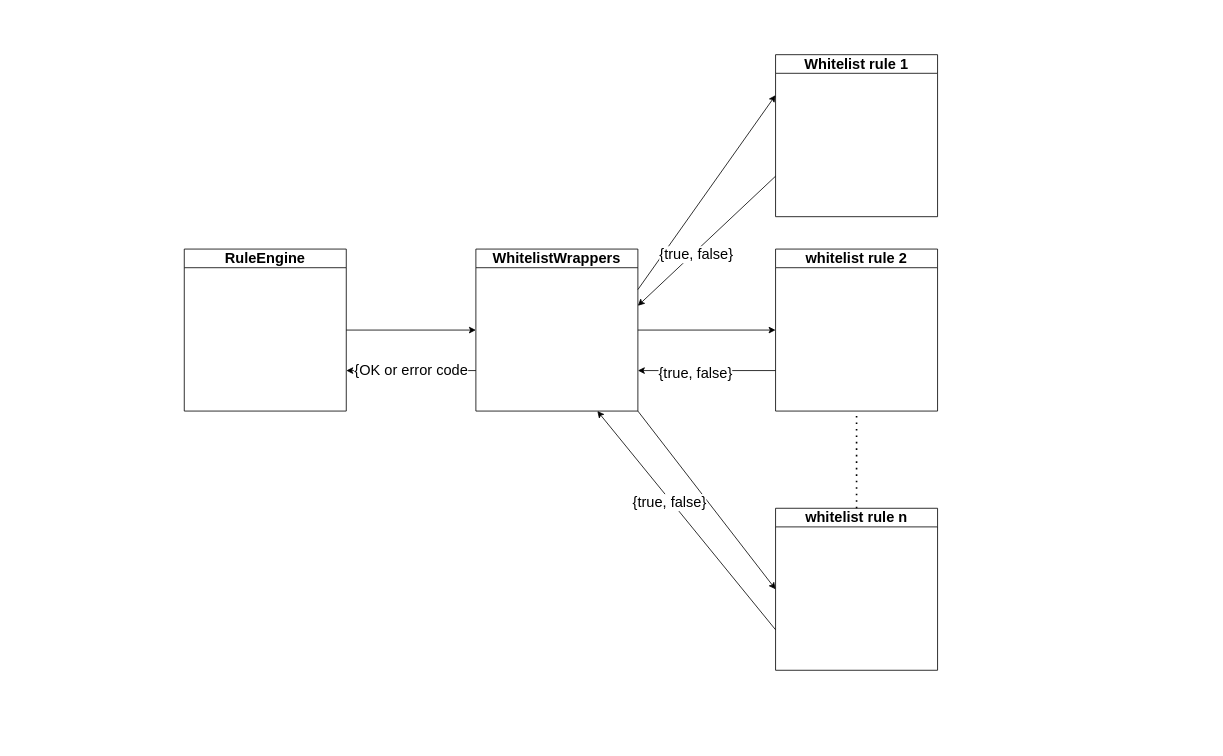
Before: doc/schema/rule/ruleWhitelistWrapper.drawio in CMTA/RuleEngine, a draw.io diagram. Source tidied: cells renumbered, new cells numbered last; positions are measured from the earlier drawing's top-left corner, leaving out a move shared by most shapes. Both pictures are drawn from the tidied source at 81%, with x=0, y=0 at pixel (184, 54).
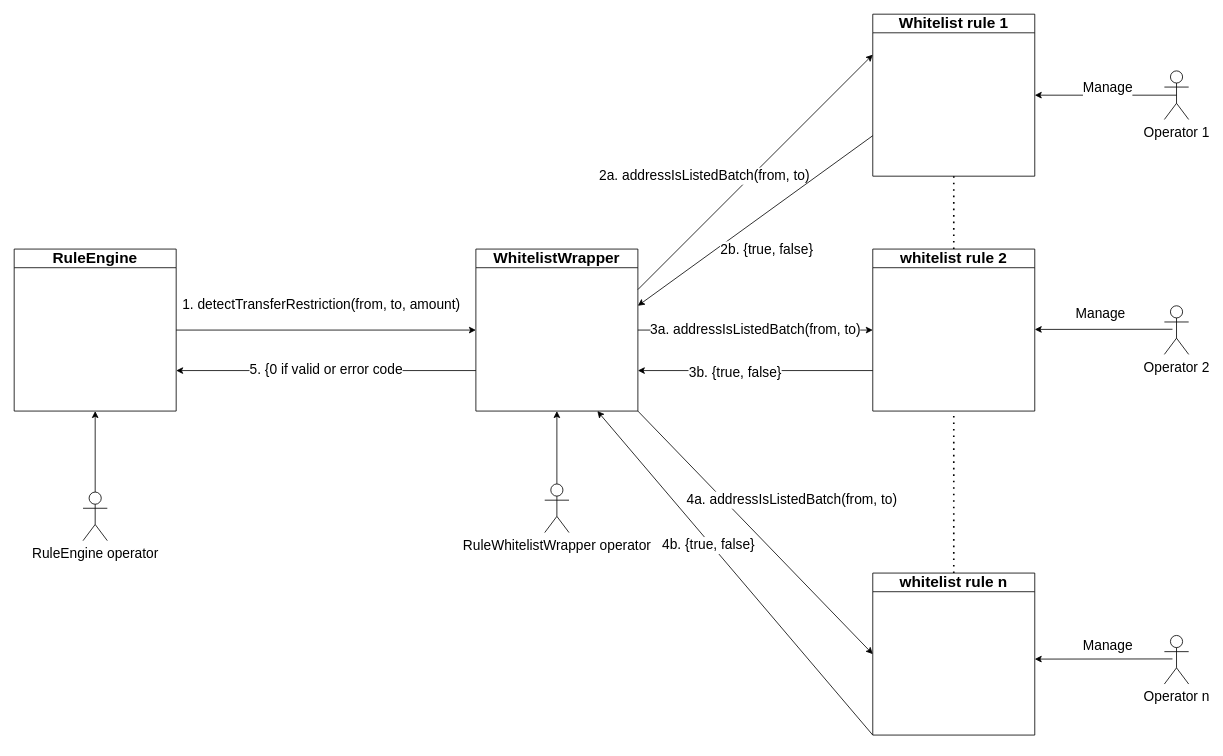
The same page after the edit.

Diff of the diagram source:
```diff
@@
-    <mxCell id="2" value="RuleEngine" style="swimlane;whiteSpace=wrap;html=1;fontSize=18;" parent="1" vertex="1">
-      <mxGeometry y="240" width="200" height="200" as="geometry" />
+    <mxCell id="2" value="&lt;font style=&quot;font-size: 19px;&quot;&gt;RuleEngine&lt;/font&gt;" style="swimlane;whiteSpace=wrap;html=1;fontSize=17;" parent="1" vertex="1">
+      <mxGeometry x="-210" y="240" width="200" height="200" as="geometry" />
     </mxCell>
-    <mxCell id="3" value="WhitelistWrappers" style="swimlane;whiteSpace=wrap;html=1;fontSize=18;" parent="1" vertex="1">
+    <mxCell id="3" value="&lt;font style=&quot;font-size: 19px;&quot;&gt;WhitelistWrapper&lt;/font&gt;" style="swimlane;whiteSpace=wrap;html=1;fontSize=17;" parent="1" vertex="1">
       <mxGeometry x="360" y="240" width="200" height="200" as="geometry" />
     </mxCell>
-    <mxCell id="4" value="Whitelist rule 1" style="swimlane;whiteSpace=wrap;html=1;fontSize=18;" parent="1" vertex="1">
-      <mxGeometry x="730" width="200" height="200" as="geometry" />
+    <mxCell id="4" value="&lt;font style=&quot;font-size: 19px;&quot;&gt;Whitelist rule 1&lt;/font&gt;" style="swimlane;whiteSpace=wrap;html=1;fontSize=17;" parent="1" vertex="1">
+      <mxGeometry x="850" y="-50" width="200" height="200" as="geometry" />
     </mxCell>
-    <mxCell id="5" value="whitelist rule 2" style="swimlane;whiteSpace=wrap;html=1;fontSize=18;" parent="1" vertex="1">
-      <mxGeometry x="730" y="240" width="200" height="200" as="geometry" />
+    <mxCell id="5" value="&lt;font style=&quot;font-size: 19px;&quot;&gt;whitelist rule 2&lt;/font&gt;" style="swimlane;whiteSpace=wrap;html=1;fontSize=17;" parent="1" vertex="1">
+      <mxGeometry x="850" y="240" width="200" height="200" as="geometry" />
     </mxCell>
-    <mxCell id="6" value="whitelist rule n" style="swimlane;whiteSpace=wrap;html=1;fontSize=18;" parent="1" vertex="1">
-      <mxGeometry x="730" y="560" width="200" height="200" as="geometry" />
+    <mxCell id="6" value="&lt;font style=&quot;font-size: 19px;&quot;&gt;whitelist rule n&lt;/font&gt;" style="swimlane;whiteSpace=wrap;html=1;fontSize=17;" parent="1" vertex="1">
+      <mxGeometry x="850" y="640" width="200" height="200" as="geometry" />
     </mxCell>
-    <mxCell id="7" style="endArrow=classic;html=1;rounded=0;exitX=1;exitY=0.5;exitDx=0;exitDy=0;entryX=0;entryY=0.5;entryDx=0;entryDy=0;fontSize=18;" parent="1" edge="1" source="2" target="3">
-      <mxGeometry relative="1" as="geometry" />
+    <mxCell id="7" value="1. detectTransferRestriction(from, to, amount)" style="endArrow=classic;html=1;rounded=0;exitX=1;exitY=0.5;exitDx=0;exitDy=0;entryX=0;entryY=0.5;entryDx=0;entryDy=0;fontSize=17;" parent="1" edge="1" source="2" target="3">
+      <mxGeometry x="-0.03" y="30" relative="1" as="geometry" />
     </mxCell>
-    <mxCell id="8" style="endArrow=classic;html=1;rounded=0;exitX=1;exitY=0.25;exitDx=0;exitDy=0;entryX=0;entryY=0.25;entryDx=0;entryDy=0;fontSize=18;" parent="1" edge="1" source="3" target="4">
+    <mxCell id="8" style="endArrow=classic;html=1;rounded=0;exitX=1;exitY=0.25;exitDx=0;exitDy=0;entryX=0;entryY=0.25;entryDx=0;entryDy=0;fontSize=17;" parent="1" edge="1" source="3" target="4">
       <mxGeometry relative="1" as="geometry" />
     </mxCell>
+    <mxCell id="19" value="&lt;span style=&quot;font-size: 17px;&quot;&gt;2a. addressIsListedBatch(from, to)&lt;/span&gt;" style="edgeLabel;html=1;align=center;verticalAlign=middle;fontSize=17;" parent="8" vertex="1">
+      <mxGeometry x="-0.25" y="4" relative="1" as="geometry">
+        <mxPoint x="-25" y="-29" as="offset" />
+      </mxGeometry>
+    </mxCell>
-    <mxCell id="9" style="endArrow=classic;html=1;rounded=0;exitX=1;exitY=0.5;exitDx=0;exitDy=0;entryX=0;entryY=0.5;entryDx=0;entryDy=0;fontSize=18;" parent="1" edge="1" source="3" target="5">
-      <mxGeometry relative="1" as="geometry" />
+    <mxCell id="9" value="3a. addressIsListedBatch(from, to)" style="endArrow=classic;html=1;rounded=0;exitX=1;exitY=0.5;exitDx=0;exitDy=0;entryX=0;entryY=0.5;entryDx=0;entryDy=0;fontSize=17;" parent="1" edge="1" source="3" target="5">
+      <mxGeometry relative="1" as="geometry">
+        <Array as="points">
+          <mxPoint x="670" y="340" />
+        </Array>
+      </mxGeometry>
     </mxCell>
-    <mxCell id="10" style="endArrow=classic;html=1;rounded=0;exitX=1;exitY=1;exitDx=0;exitDy=0;entryX=0;entryY=0.5;entryDx=0;entryDy=0;fontSize=18;" parent="1" edge="1" source="3" target="6">
-      <mxGeometry relative="1" as="geometry" />
+    <mxCell id="10" value="4a. addressIsListedBatch(from, to)" style="endArrow=classic;html=1;rounded=0;exitX=1;exitY=1;exitDx=0;exitDy=0;entryX=0;entryY=0.5;entryDx=0;entryDy=0;fontSize=17;" parent="1" edge="1" source="3" target="6">
+      <mxGeometry x="0.01" y="60" relative="1" as="geometry" />
     </mxCell>
-    <mxCell id="11" style="endArrow=classic;html=1;rounded=0;exitX=0;exitY=0.75;exitDx=0;exitDy=0;fontSize=18;" parent="1" edge="1" source="4">
+    <mxCell id="11" style="endArrow=classic;html=1;rounded=0;exitX=0;exitY=0.75;exitDx=0;exitDy=0;fontSize=17;" parent="1" edge="1" source="4">
       <mxGeometry relative="1" as="geometry">
         <mxPoint x="560" y="310" as="targetPoint" />
       </mxGeometry>
     </mxCell>
-    <mxCell id="12" value="{true, false}" style="edgeLabel;html=1;align=center;verticalAlign=middle;fontSize=18;" parent="11" vertex="1">
-      <mxGeometry x="0.18" y="3" relative="1" as="geometry" />
+    <mxCell id="12" value="2b. {true, false}" style="edgeLabel;html=1;align=center;verticalAlign=middle;fontSize=17;" parent="11" vertex="1">
+      <mxGeometry x="0.18" y="3" relative="1" as="geometry">
+        <mxPoint x="38" y="14" as="offset" />
+      </mxGeometry>
     </mxCell>
-    <mxCell id="13" style="endArrow=classic;html=1;rounded=0;exitX=0;exitY=0.75;exitDx=0;exitDy=0;entryX=1;entryY=0.75;entryDx=0;entryDy=0;fontSize=18;" parent="1" edge="1" source="5" target="3">
+    <mxCell id="13" style="endArrow=classic;html=1;rounded=0;exitX=0;exitY=0.75;exitDx=0;exitDy=0;entryX=1;entryY=0.75;entryDx=0;entryDy=0;fontSize=17;" parent="1" edge="1" source="5" target="3">
       <mxGeometry relative="1" as="geometry" />
     </mxCell>
-    <mxCell id="14" value="{true, false}" style="edgeLabel;html=1;align=center;verticalAlign=middle;fontSize=18;" parent="13" vertex="1">
+    <mxCell id="14" value="3b. {true, false}" style="edgeLabel;html=1;align=center;verticalAlign=middle;fontSize=17;" parent="13" vertex="1">
       <mxGeometry x="0.18" y="3" relative="1" as="geometry" />
     </mxCell>
-    <mxCell id="15" style="endArrow=classic;html=1;rounded=0;exitX=0;exitY=0.75;exitDx=0;exitDy=0;entryX=0.75;entryY=1;entryDx=0;entryDy=0;fontSize=18;" parent="1" edge="1" source="6" target="3">
+    <mxCell id="15" style="endArrow=classic;html=1;rounded=0;exitX=0;exitY=1;exitDx=0;exitDy=0;entryX=0.75;entryY=1;entryDx=0;entryDy=0;fontSize=17;" parent="1" edge="1" source="6" target="3">
       <mxGeometry relative="1" as="geometry" />
     </mxCell>
-    <mxCell id="16" value="{true, false}" style="edgeLabel;html=1;align=center;verticalAlign=middle;fontSize=18;" parent="15" vertex="1">
+    <mxCell id="16" value="4b. {true, false}" style="edgeLabel;html=1;align=center;verticalAlign=middle;fontSize=17;" parent="15" vertex="1">
       <mxGeometry x="0.18" y="3" relative="1" as="geometry" />
     </mxCell>
-    <mxCell id="17" style="endArrow=none;dashed=1;html=1;dashPattern=1 3;strokeWidth=2;rounded=0;exitX=0.5;exitY=0;exitDx=0;exitDy=0;entryX=0.5;entryY=1;entryDx=0;entryDy=0;fontSize=18;" parent="1" edge="1" source="6" target="5">
+    <mxCell id="17" style="endArrow=none;dashed=1;html=1;dashPattern=1 3;strokeWidth=2;rounded=0;exitX=0.5;exitY=0;exitDx=0;exitDy=0;entryX=0.5;entryY=1;entryDx=0;entryDy=0;fontSize=17;" parent="1" edge="1" source="6" target="5">
       <mxGeometry relative="1" as="geometry" />
     </mxCell>
-    <mxCell id="18" value="{OK or error code" style="endArrow=classic;html=1;rounded=0;exitX=0;exitY=0.75;exitDx=0;exitDy=0;entryX=1;entryY=0.75;entryDx=0;entryDy=0;fontSize=18;" parent="1" edge="1" source="3" target="2">
+    <mxCell id="18" value="5. {0 if valid or error code" style="endArrow=classic;html=1;rounded=0;exitX=0;exitY=0.75;exitDx=0;exitDy=0;entryX=1;entryY=0.75;entryDx=0;entryDy=0;fontSize=17;" parent="1" edge="1" source="3" target="2">
       <mxGeometry relative="1" as="geometry" />
     </mxCell>
+    <mxCell id="20" style="endArrow=none;dashed=1;html=1;dashPattern=1 3;strokeWidth=2;rounded=0;entryX=0.5;entryY=1;entryDx=0;entryDy=0;fontSize=17;" parent="1" edge="1" target="4">
+      <mxGeometry relative="1" as="geometry">
+        <mxPoint x="950" y="240" as="sourcePoint" />
+      </mxGeometry>
+    </mxCell>
+    <mxCell id="21" value="Operator 1" style="shape=umlActor;verticalLabelPosition=bottom;verticalAlign=top;html=1;outlineConnect=0;fontSize=17;" parent="1" vertex="1">
+      <mxGeometry x="1210" y="20" width="30" height="60" as="geometry" />
+    </mxCell>
+    <mxCell id="22" style="endArrow=classic;html=1;rounded=0;exitX=0.5;exitY=0.5;exitDx=0;exitDy=0;exitPerimeter=0;entryX=1;entryY=0.5;entryDx=0;entryDy=0;fontSize=17;" parent="1" edge="1" source="21" target="4">
+      <mxGeometry relative="1" as="geometry" />
+    </mxCell>
+    <mxCell id="23" value="Manage" style="edgeLabel;html=1;align=center;verticalAlign=middle;fontSize=17;" parent="22" vertex="1">
+      <mxGeometry x="-0.19" y="-3" relative="1" as="geometry">
+        <mxPoint x="-15" y="-7" as="offset" />
+      </mxGeometry>
+    </mxCell>
+    <mxCell id="24" style="endArrow=classic;html=1;rounded=0;entryX=1;entryY=0.5;entryDx=0;entryDy=0;startArrow=none;fontSize=17;" parent="1" edge="1">
+      <mxGeometry relative="1" as="geometry">
+        <mxPoint x="1220" y="339" as="sourcePoint" />
+        <mxPoint x="1050" y="339.2" as="targetPoint" />
+      </mxGeometry>
+    </mxCell>
+    <mxCell id="25" value="Operator n" style="shape=umlActor;verticalLabelPosition=bottom;verticalAlign=top;html=1;fontSize=17;" parent="1" vertex="1">
+      <mxGeometry x="1210" y="717" width="30" height="60" as="geometry" />
+    </mxCell>
+    <mxCell id="26" style="endArrow=classic;html=1;rounded=0;entryX=1;entryY=0.5;entryDx=0;entryDy=0;fontSize=17;" parent="1" edge="1">
+      <mxGeometry relative="1" as="geometry">
+        <mxPoint x="1220" y="746" as="sourcePoint" />
+        <mxPoint x="1050" y="746.2" as="targetPoint" />
+      </mxGeometry>
+    </mxCell>
+    <mxCell id="27" value="Manage" style="edgeLabel;html=1;align=center;verticalAlign=middle;fontSize=17;" parent="26" vertex="1">
+      <mxGeometry x="-0.24" y="-6" relative="1" as="geometry">
+        <mxPoint x="-15" y="-10" as="offset" />
+      </mxGeometry>
+    </mxCell>
+    <mxCell id="28" value="Operator 2" style="shape=umlActor;verticalLabelPosition=bottom;verticalAlign=top;html=1;fontSize=17;" parent="1" vertex="1">
+      <mxGeometry x="1210" y="310" width="30" height="60" as="geometry" />
+    </mxCell>
+    <mxCell id="29" value="RuleEngine operator" style="shape=umlActor;verticalLabelPosition=bottom;verticalAlign=top;html=1;outlineConnect=0;fontSize=17;" parent="1" vertex="1">
+      <mxGeometry x="-125" y="540" width="30" height="60" as="geometry" />
+    </mxCell>
+    <mxCell id="30" style="endArrow=classic;html=1;rounded=0;fontSize=17;exitX=0.5;exitY=0;exitDx=0;exitDy=0;exitPerimeter=0;entryX=0.5;entryY=1;entryDx=0;entryDy=0;" parent="1" edge="1" source="29" target="2">
+      <mxGeometry relative="1" as="geometry" />
+    </mxCell>
+    <mxCell id="31" value="RuleWhitelistWrapper operator" style="shape=umlActor;verticalLabelPosition=bottom;verticalAlign=top;html=1;outlineConnect=0;fontSize=17;" parent="1" vertex="1">
+      <mxGeometry x="445" y="530" width="30" height="60" as="geometry" />
+    </mxCell>
+    <mxCell id="32" style="endArrow=classic;html=1;rounded=0;fontSize=17;exitX=0.5;exitY=0;exitDx=0;exitDy=0;exitPerimeter=0;entryX=0.5;entryY=1;entryDx=0;entryDy=0;" parent="1" edge="1" source="31" target="3">
+      <mxGeometry relative="1" as="geometry" />
+    </mxCell>
+    <mxCell id="33" value="Manage" style="edgeLabel;html=1;align=center;verticalAlign=middle;fontSize=17;" parent="1" vertex="1">
+      <mxGeometry x="1130" y="320" as="geometry" />
+    </mxCell>
```
